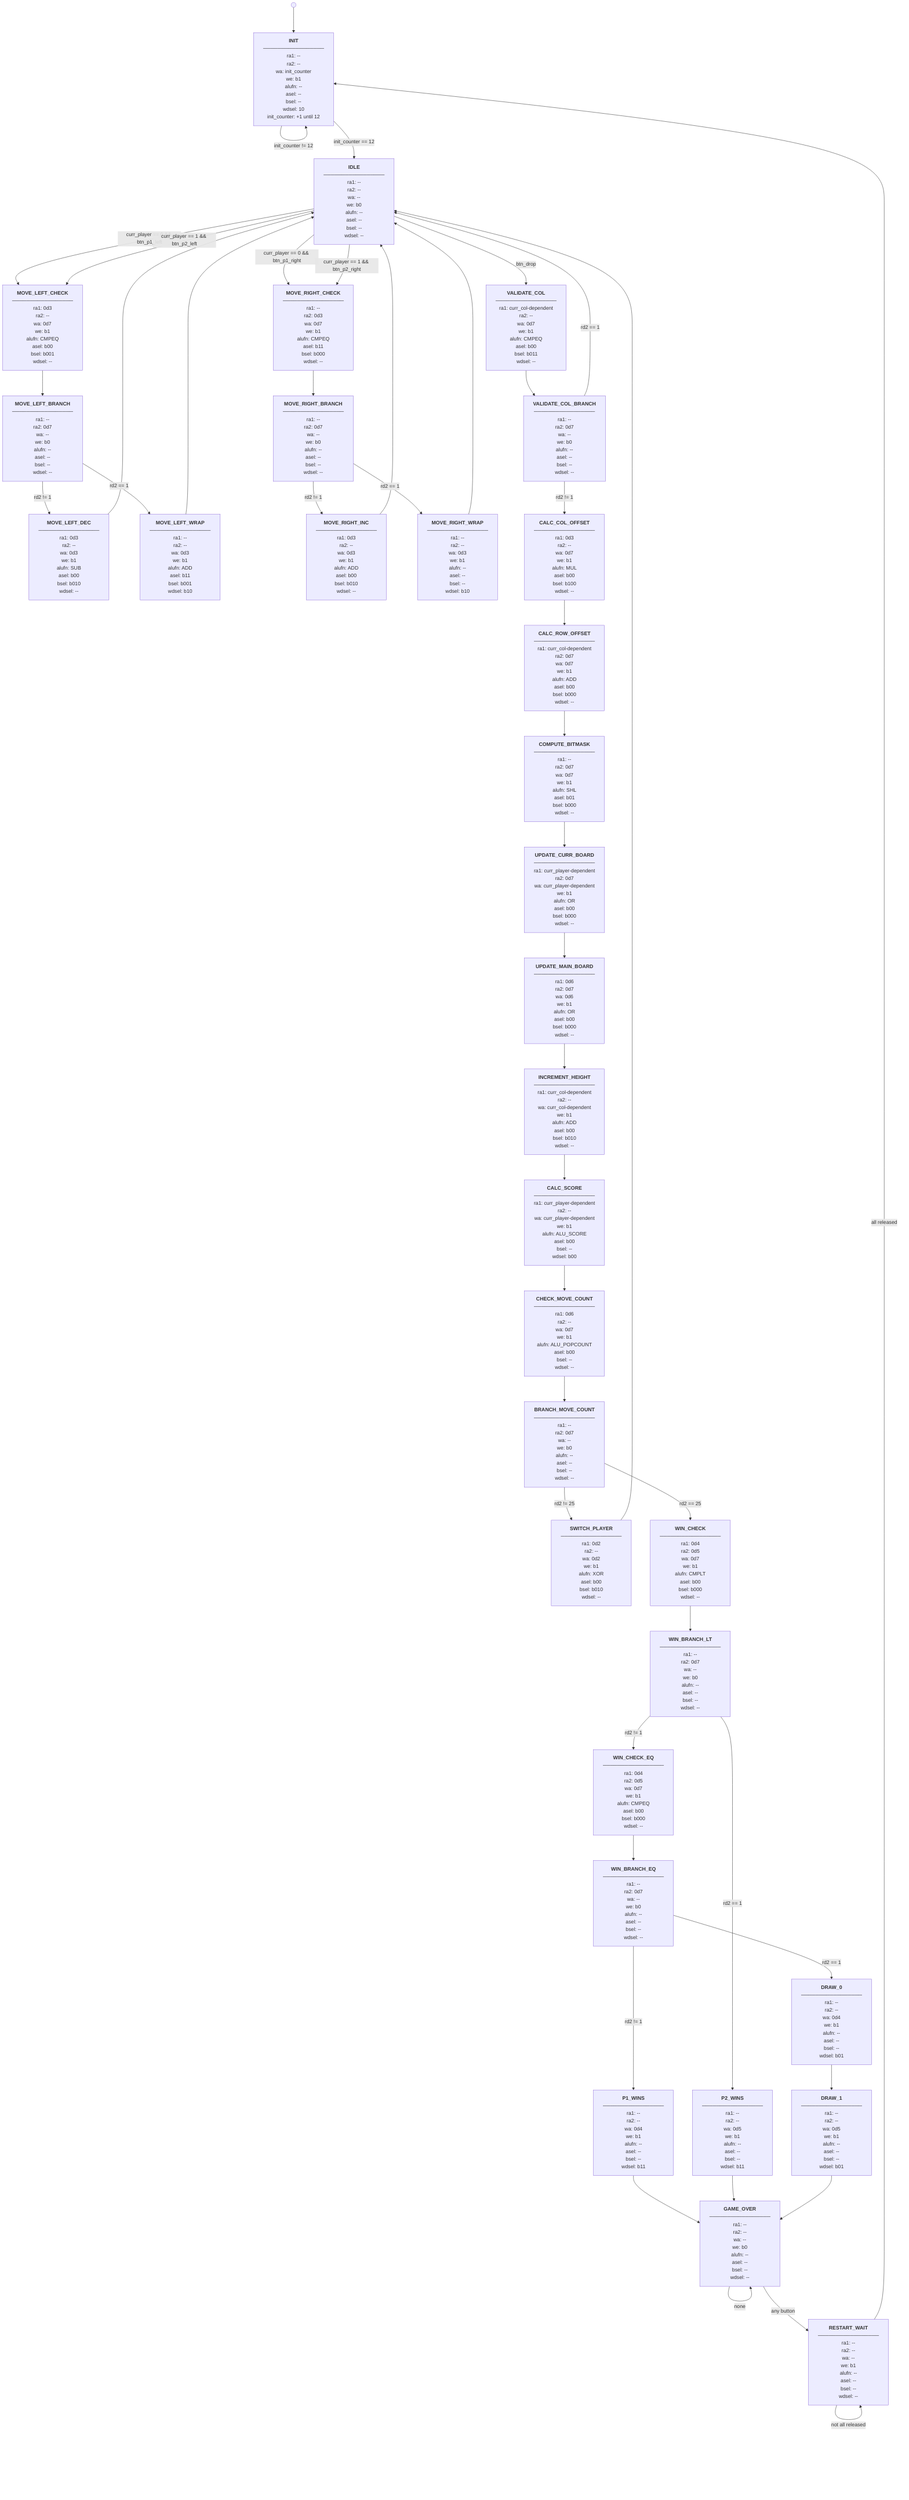
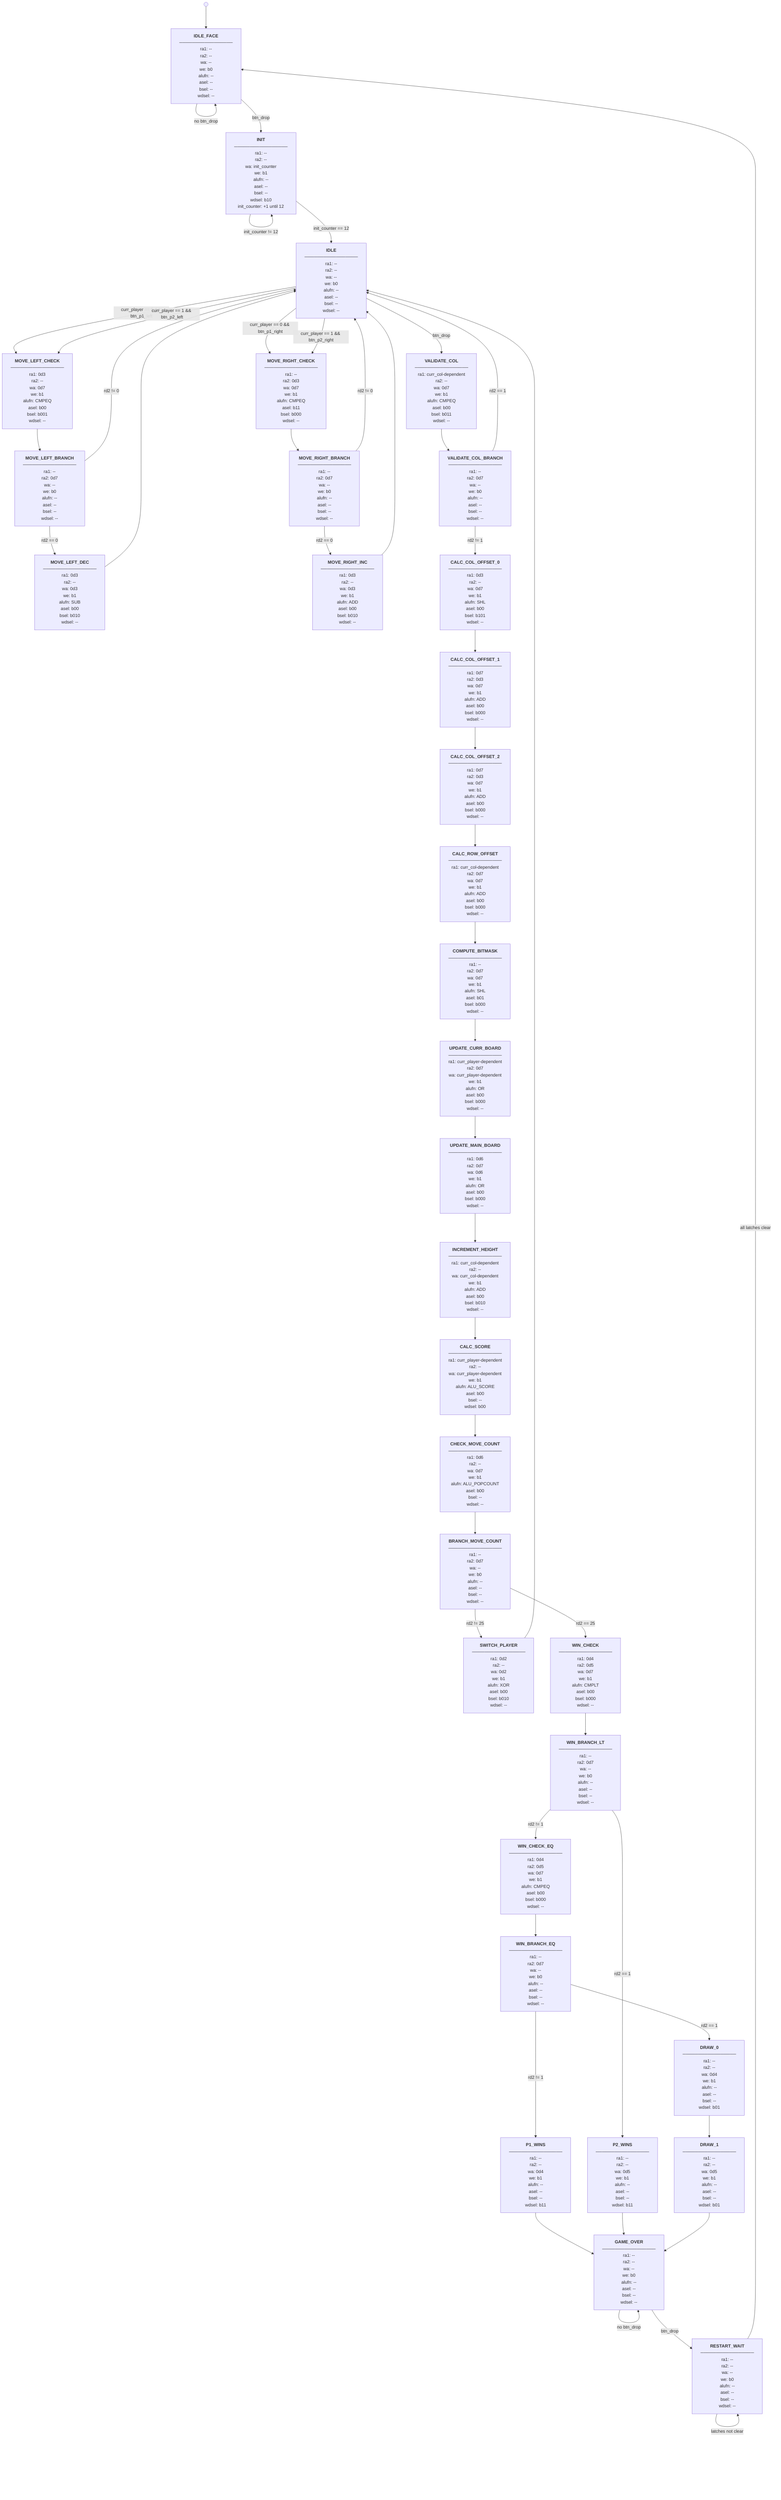
%%{init: {'flowchart': {'nodeSpacing': 60, 'rankSpacing': 80}}}%%
flowchart TD

-   START(( )) --> INIT
+   START(( )) --> IDLE_FACE
+ 
+   IDLE_FACE["<b>IDLE_FACE</b>
+   ─────────────────
+   ra1: --
+   ra2: --
+   wa: --
+   we: b0
+   alufn: --
+   asel: --
+   bsel: --
+   wdsel: --"]

  INIT["<b>INIT</b>
  ─────────────────
  ra1: --
  ra2: --
  wa: init_counter
  we: b1
  alufn: --
  asel: --
  bsel: --
-   wdsel: 10
+   wdsel: b10
  init_counter: +1 until 12"]

  IDLE["<b>IDLE</b>
  ─────────────────
  ra1: --
  ra2: --
  wa: --
  we: b0
  alufn: --
  asel: --
  bsel: --
  wdsel: --"]

  MOVE_LEFT_CHECK["<b>MOVE_LEFT_CHECK</b>
  ─────────────────
  ra1: 0d3
  ra2: --
  wa: 0d7
  we: b1
  alufn: CMPEQ
  asel: b00
  bsel: b001
  wdsel: --"]

  MOVE_LEFT_BRANCH["<b>MOVE_LEFT_BRANCH</b>
  ─────────────────
  ra1: --
  ra2: 0d7
  wa: --
  we: b0
  alufn: --
  asel: --
  bsel: --
  wdsel: --"]

  MOVE_LEFT_DEC["<b>MOVE_LEFT_DEC</b>
  ─────────────────
  ra1: 0d3
  ra2: --
  wa: 0d3
  we: b1
  alufn: SUB
  asel: b00
  bsel: b010
  wdsel: --"]
- 
-   MOVE_LEFT_WRAP["<b>MOVE_LEFT_WRAP</b>
-   ─────────────────
-   ra1: --
-   ra2: --
-   wa: 0d3
-   we: b1
-   alufn: ADD
-   asel: b11
-   bsel: b001
-   wdsel: b10"]

  MOVE_RIGHT_CHECK["<b>MOVE_RIGHT_CHECK</b>
  ─────────────────
  ra1: --
  ra2: 0d3
  wa: 0d7
  we: b1
  alufn: CMPEQ
  asel: b11
  bsel: b000
  wdsel: --"]

  MOVE_RIGHT_BRANCH["<b>MOVE_RIGHT_BRANCH</b>
  ─────────────────
  ra1: --
  ra2: 0d7
  wa: --
  we: b0
  alufn: --
  asel: --
  bsel: --
  wdsel: --"]

  MOVE_RIGHT_INC["<b>MOVE_RIGHT_INC</b>
  ─────────────────
  ra1: 0d3
  ra2: --
  wa: 0d3
  we: b1
  alufn: ADD
  asel: b00
  bsel: b010
  wdsel: --"]

-   MOVE_RIGHT_WRAP["<b>MOVE_RIGHT_WRAP</b>
-   ─────────────────
-   ra1: --
-   ra2: --
-   wa: 0d3
-   we: b1
-   alufn: --
-   asel: --
-   bsel: --
-   wdsel: b10"]
- 
  VALIDATE_COL["<b>VALIDATE_COL</b>
  ─────────────────
  ra1: curr_col-dependent
  ra2: --
  wa: 0d7
  we: b1
  alufn: CMPEQ
  asel: b00
  bsel: b011
  wdsel: --"]

  VALIDATE_COL_BRANCH["<b>VALIDATE_COL_BRANCH</b>
  ─────────────────
  ra1: --
  ra2: 0d7
  wa: --
  we: b0
  alufn: --
  asel: --
  bsel: --
  wdsel: --"]

-   CALC_COL_OFFSET["<b>CALC_COL_OFFSET</b>
+   CALC_COL_OFFSET_0["<b>CALC_COL_OFFSET_0</b>
  ─────────────────
  ra1: 0d3
  ra2: --
  wa: 0d7
  we: b1
-   alufn: MUL
-   asel: b00
-   bsel: b100
+   alufn: SHL
+   asel: b00
+   bsel: b101
+   wdsel: --"]
+ 
+   CALC_COL_OFFSET_1["<b>CALC_COL_OFFSET_1</b>
+   ─────────────────
+   ra1: 0d7
+   ra2: 0d3
+   wa: 0d7
+   we: b1
+   alufn: ADD
+   asel: b00
+   bsel: b000
+   wdsel: --"]
+ 
+   CALC_COL_OFFSET_2["<b>CALC_COL_OFFSET_2</b>
+   ─────────────────
+   ra1: 0d7
+   ra2: 0d3
+   wa: 0d7
+   we: b1
+   alufn: ADD
+   asel: b00
+   bsel: b000
  wdsel: --"]

  CALC_ROW_OFFSET["<b>CALC_ROW_OFFSET</b>
  ─────────────────
  ra1: curr_col-dependent
  ra2: 0d7
  wa: 0d7
  we: b1
  alufn: ADD
  asel: b00
  bsel: b000
  wdsel: --"]

  COMPUTE_BITMASK["<b>COMPUTE_BITMASK</b>
  ─────────────────
  ra1: --
  ra2: 0d7
  wa: 0d7
  we: b1
  alufn: SHL
  asel: b01
  bsel: b000
  wdsel: --"]

  UPDATE_CURR_BOARD["<b>UPDATE_CURR_BOARD</b>
  ─────────────────
  ra1: curr_player-dependent
  ra2: 0d7
  wa: curr_player-dependent
  we: b1
  alufn: OR
  asel: b00
  bsel: b000
  wdsel: --"]

  UPDATE_MAIN_BOARD["<b>UPDATE_MAIN_BOARD</b>
  ─────────────────
  ra1: 0d6
  ra2: 0d7
  wa: 0d6
  we: b1
  alufn: OR
  asel: b00
  bsel: b000
  wdsel: --"]

  INCREMENT_HEIGHT["<b>INCREMENT_HEIGHT</b>
  ─────────────────
  ra1: curr_col-dependent
  ra2: --
  wa: curr_col-dependent
  we: b1
  alufn: ADD
  asel: b00
  bsel: b010
  wdsel: --"]

  CALC_SCORE["<b>CALC_SCORE</b>
  ─────────────────
  ra1: curr_player-dependent
  ra2: --
  wa: curr_player-dependent
  we: b1
  alufn: ALU_SCORE
  asel: b00
  bsel: --
  wdsel: b00"]

  CHECK_MOVE_COUNT["<b>CHECK_MOVE_COUNT</b>
  ─────────────────
  ra1: 0d6
  ra2: --
  wa: 0d7
  we: b1
  alufn: ALU_POPCOUNT
  asel: b00
  bsel: --
  wdsel: --"]

  BRANCH_MOVE_COUNT["<b>BRANCH_MOVE_COUNT</b>
  ─────────────────
  ra1: --
  ra2: 0d7
  wa: --
  we: b0
  alufn: --
  asel: --
  bsel: --
  wdsel: --"]

  SWITCH_PLAYER["<b>SWITCH_PLAYER</b>
  ─────────────────
  ra1: 0d2
  ra2: --
  wa: 0d2
  we: b1
  alufn: XOR
  asel: b00
  bsel: b010
  wdsel: --"]

  WIN_CHECK["<b>WIN_CHECK</b>
  ─────────────────
  ra1: 0d4
  ra2: 0d5
  wa: 0d7
  we: b1
  alufn: CMPLT
  asel: b00
  bsel: b000
  wdsel: --"]

  WIN_BRANCH_LT["<b>WIN_BRANCH_LT</b>
  ─────────────────
  ra1: --
  ra2: 0d7
  wa: --
  we: b0
  alufn: --
  asel: --
  bsel: --
  wdsel: --"]

  WIN_CHECK_EQ["<b>WIN_CHECK_EQ</b>
  ─────────────────
  ra1: 0d4
  ra2: 0d5
  wa: 0d7
  we: b1
  alufn: CMPEQ
  asel: b00
  bsel: b000
  wdsel: --"]

  WIN_BRANCH_EQ["<b>WIN_BRANCH_EQ</b>
  ─────────────────
  ra1: --
  ra2: 0d7
  wa: --
  we: b0
  alufn: --
  asel: --
  bsel: --
  wdsel: --"]

  P1_WINS["<b>P1_WINS</b>
  ─────────────────
  ra1: --
  ra2: --
  wa: 0d4
  we: b1
  alufn: --
  asel: --
  bsel: --
  wdsel: b11"]

  P2_WINS["<b>P2_WINS</b>
  ─────────────────
  ra1: --
  ra2: --
  wa: 0d5
  we: b1
  alufn: --
  asel: --
  bsel: --
  wdsel: b11"]

  DRAW_0["<b>DRAW_0</b>
  ─────────────────
  ra1: --
  ra2: --
  wa: 0d4
  we: b1
  alufn: --
  asel: --
  bsel: --
  wdsel: b01"]

  DRAW_1["<b>DRAW_1</b>
  ─────────────────
  ra1: --
  ra2: --
  wa: 0d5
  we: b1
  alufn: --
  asel: --
  bsel: --
  wdsel: b01"]

  GAME_OVER["<b>GAME_OVER</b>
  ─────────────────
  ra1: --
  ra2: --
  wa: --
  we: b0
  alufn: --
  asel: --
  bsel: --
  wdsel: --"]

  RESTART_WAIT["<b>RESTART_WAIT</b>
  ─────────────────
  ra1: --
  ra2: --
  wa: --
-   we: b1
-   alufn: --
-   asel: --
-   bsel: --
-   wdsel: --"]
+   we: b0
+   alufn: --
+   asel: --
+   bsel: --
+   wdsel: --"]
+ 
+   IDLE_FACE -->|btn_drop| INIT
+   IDLE_FACE -->|no btn_drop| IDLE_FACE

  INIT -->|init_counter == 12| IDLE
  INIT -->|init_counter != 12| INIT

  IDLE -->|curr_player == 0 && btn_p1_left| MOVE_LEFT_CHECK
  IDLE -->|curr_player == 0 && btn_p1_right| MOVE_RIGHT_CHECK
  IDLE -->|curr_player == 1 && btn_p2_left| MOVE_LEFT_CHECK
  IDLE -->|curr_player == 1 && btn_p2_right| MOVE_RIGHT_CHECK
  IDLE -->|btn_drop| VALIDATE_COL

  MOVE_LEFT_CHECK --> MOVE_LEFT_BRANCH
-   MOVE_LEFT_BRANCH -->|rd2 == 1| MOVE_LEFT_WRAP
-   MOVE_LEFT_BRANCH -->|rd2 != 1| MOVE_LEFT_DEC
+   MOVE_LEFT_BRANCH -->|rd2 == 0| MOVE_LEFT_DEC
+   MOVE_LEFT_BRANCH -->|rd2 != 0| IDLE
  MOVE_LEFT_DEC --> IDLE
-   MOVE_LEFT_WRAP --> IDLE

  MOVE_RIGHT_CHECK --> MOVE_RIGHT_BRANCH
-   MOVE_RIGHT_BRANCH -->|rd2 == 1| MOVE_RIGHT_WRAP
-   MOVE_RIGHT_BRANCH -->|rd2 != 1| MOVE_RIGHT_INC
+   MOVE_RIGHT_BRANCH -->|rd2 == 0| MOVE_RIGHT_INC
+   MOVE_RIGHT_BRANCH -->|rd2 != 0| IDLE
  MOVE_RIGHT_INC --> IDLE
-   MOVE_RIGHT_WRAP --> IDLE

  VALIDATE_COL --> VALIDATE_COL_BRANCH
  VALIDATE_COL_BRANCH -->|rd2 == 1| IDLE
-   VALIDATE_COL_BRANCH -->|rd2 != 1| CALC_COL_OFFSET
- 
-   CALC_COL_OFFSET --> CALC_ROW_OFFSET
+   VALIDATE_COL_BRANCH -->|rd2 != 1| CALC_COL_OFFSET_0
+ 
+   CALC_COL_OFFSET_0 --> CALC_COL_OFFSET_1
+   CALC_COL_OFFSET_1 --> CALC_COL_OFFSET_2
+   CALC_COL_OFFSET_2 --> CALC_ROW_OFFSET
  CALC_ROW_OFFSET --> COMPUTE_BITMASK
  COMPUTE_BITMASK --> UPDATE_CURR_BOARD
  UPDATE_CURR_BOARD --> UPDATE_MAIN_BOARD
  UPDATE_MAIN_BOARD --> INCREMENT_HEIGHT
  INCREMENT_HEIGHT --> CALC_SCORE
  CALC_SCORE --> CHECK_MOVE_COUNT
  CHECK_MOVE_COUNT --> BRANCH_MOVE_COUNT

  BRANCH_MOVE_COUNT -->|rd2 == 25| WIN_CHECK
  BRANCH_MOVE_COUNT -->|rd2 != 25| SWITCH_PLAYER
  SWITCH_PLAYER --> IDLE

  WIN_CHECK --> WIN_BRANCH_LT
  WIN_BRANCH_LT -->|rd2 == 1| P2_WINS
  WIN_BRANCH_LT -->|rd2 != 1| WIN_CHECK_EQ
  WIN_CHECK_EQ --> WIN_BRANCH_EQ
  WIN_BRANCH_EQ -->|rd2 == 1| DRAW_0
  WIN_BRANCH_EQ -->|rd2 != 1| P1_WINS

  P1_WINS --> GAME_OVER
  P2_WINS --> GAME_OVER
  DRAW_0 --> DRAW_1
  DRAW_1 --> GAME_OVER

-   GAME_OVER -->|any button| RESTART_WAIT
-   GAME_OVER -->|none| GAME_OVER
- 
-   RESTART_WAIT -->|all released| INIT
-   RESTART_WAIT -->|not all released| RESTART_WAIT
+   GAME_OVER -->|btn_drop| RESTART_WAIT
+   GAME_OVER -->|no btn_drop| GAME_OVER
+ 
+   RESTART_WAIT -->|all latches clear| IDLE_FACE
+   RESTART_WAIT -->|latches not clear| RESTART_WAIT
